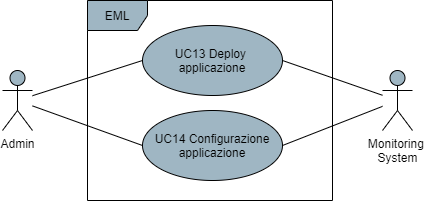
Before: DocumentazioneEsterna/AnalisiDeiRequisiti/res/UseCase/Immagini/Admin.png, a diagram exported from draw.io (Omicron-Team/Documentazione). Source tidied: cells renumbered, new cells last; positions are measured from the earlier drawing's top-left corner, leaving out a move shared by most shapes.
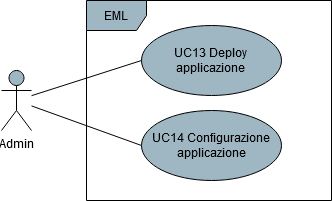
After the commit.

What changed in the source:
```diff
@@ -20,14 +20,5 @@
     <mxCell id="7" value="UC14 Configurazione applicazione" style="ellipse;whiteSpace=wrap;html=1;fillColor=#9FB6C3;" parent="1" vertex="1">
       <mxGeometry x="140" y="110" width="140" height="70" as="geometry" />
     </mxCell>
-    <mxCell id="8" style="rounded=0;jettySize=auto;html=1;entryX=1;entryY=0.5;entryDx=0;entryDy=0;endArrow=none;endFill=0;" parent="1" edge="1" source="10" target="6">
-      <mxGeometry relative="1" as="geometry" />
-    </mxCell>
-    <mxCell id="9" style="edgeStyle=none;rounded=0;jettySize=auto;html=1;entryX=1;entryY=0.5;entryDx=0;entryDy=0;endArrow=none;endFill=0;" parent="1" edge="1" source="10" target="7">
-      <mxGeometry relative="1" as="geometry" />
-    </mxCell>
-    <mxCell id="10" value="Monitoring&amp;nbsp;&lt;br&gt;System" style="shape=umlActor;verticalLabelPosition=bottom;verticalAlign=top;html=1;fillColor=#9FB6C3;" parent="1" vertex="1">
-      <mxGeometry x="380" y="70" width="30" height="60" as="geometry" />
-    </mxCell>
   </root>
 </mxGraphModel>
```
